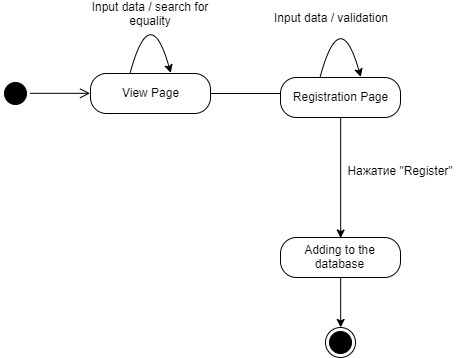
The draw.io diagram Diagrams/StateDiagrams/AddingPersonStateDiagram.png in EfimSirotkin/SchoolStaffManager, before a commit. Source tidied: cells renumbered, new cells last; positions are measured from the earlier drawing's top-left corner, leaving out a move shared by most shapes.
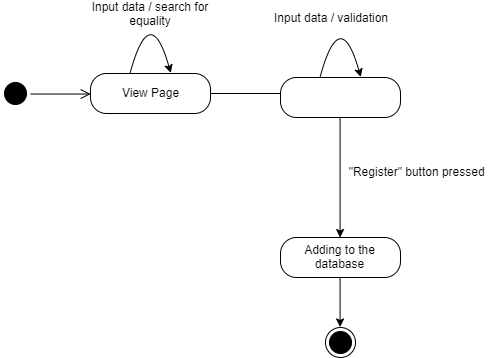
Above is the later version.

Commit message:
fixed state diagram

The edit, as a diff of the source:
```diff
@@ -34,7 +34,7 @@
     <mxCell id="9" style="edgeStyle=orthogonalEdgeStyle;curved=1;jettySize=auto;html=1;exitX=0.5;exitY=1;exitDx=0;exitDy=0;entryX=0.5;entryY=0;entryDx=0;entryDy=0;strokeColor=#000000;fillColor=#000000;" parent="1" edge="1" source="10" target="14">
       <mxGeometry relative="1" as="geometry" />
     </mxCell>
-    <mxCell id="10" value="Registration Page" style="rounded=1;whiteSpace=wrap;html=1;arcSize=40;fontColor=#000000;fillColor=#FFFFFF;strokeColor=#000000;shadow=0;" parent="1" vertex="1">
+    <mxCell id="10" style="rounded=1;whiteSpace=wrap;html=1;arcSize=40;fontColor=#000000;fillColor=#FFFFFF;strokeColor=#000000;shadow=0;" parent="1" vertex="1">
       <mxGeometry x="280" y="78" width="120" height="40" as="geometry" />
     </mxCell>
     <mxCell id="11" value="Input data / validation" style="text;html=1;strokeColor=none;fillColor=none;align=center;verticalAlign=middle;whiteSpace=wrap;rounded=0;shadow=0;" parent="1" vertex="1">
@@ -55,8 +55,8 @@
     <mxCell id="14" value="Adding to the database" style="rounded=1;whiteSpace=wrap;html=1;arcSize=40;fontColor=#000000;fillColor=#FFFFFF;strokeColor=#000000;shadow=0;" parent="1" vertex="1">
       <mxGeometry x="280" y="238" width="120" height="40" as="geometry" />
     </mxCell>
-    <mxCell id="15" value="Нажатие &quot;Register&quot;" style="text;html=1;strokeColor=none;fillColor=none;align=center;verticalAlign=middle;whiteSpace=wrap;rounded=0;shadow=0;" parent="1" vertex="1">
-      <mxGeometry x="340" y="161.5" width="120" height="20" as="geometry" />
+    <mxCell id="15" value="&amp;nbsp;&quot;Register&quot; button pressed" style="text;html=1;strokeColor=none;fillColor=none;align=center;verticalAlign=middle;whiteSpace=wrap;rounded=0;shadow=0;" parent="1" vertex="1">
+      <mxGeometry x="340" y="162" width="150" height="20" as="geometry" />
     </mxCell>
   </root>
 </mxGraphModel>
```
